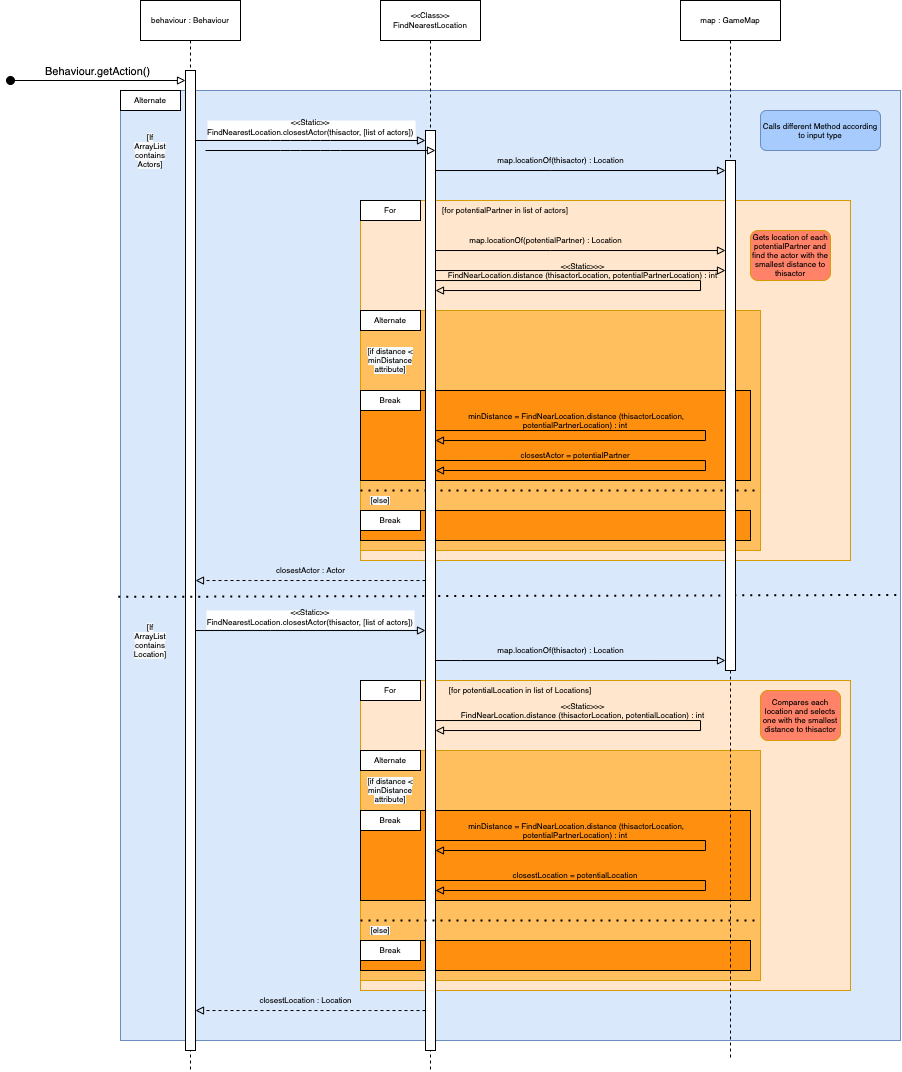
Earlier version of the draw.io export docs/Sequence_Diagram_-_FindNearestLocation__1_.png (Nochl/Jurrasic_Park_Sim). Source tidied: cells renumbered, new cells last; positions are measured from the earlier drawing's top-left corner, leaving out a move shared by most shapes.
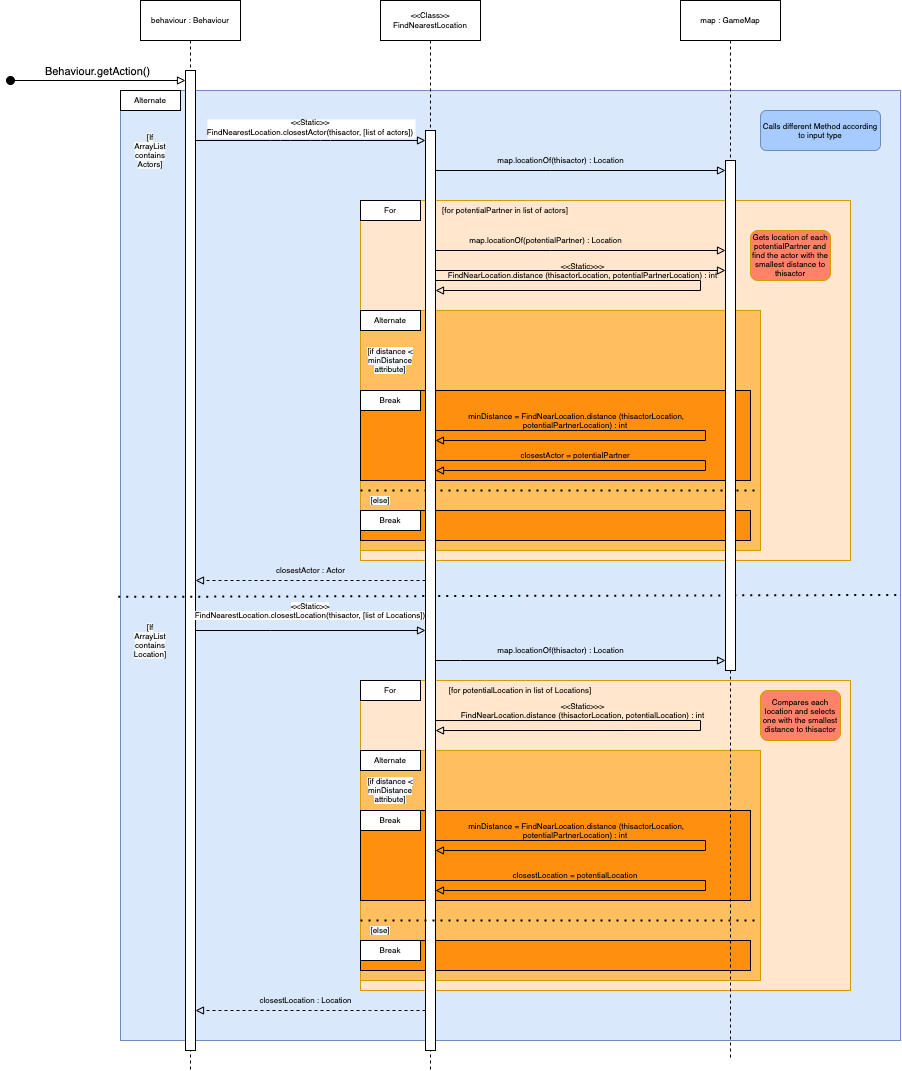
After the change.

Commit message:
Fixed Methods Names & Inputs for FindNearestLocation Sequence Diagram

Diff of the diagram source:
```diff
@@ -264,16 +264,6 @@
     <mxCell id="62" value="Calls different Method according to input type" style="rounded=1;whiteSpace=wrap;html=1;fontSize=8;strokeColor=#6c8ebf;fillColor=#A6CBFC;" parent="1" vertex="1">
       <mxGeometry x="750" y="110" width="120" height="40" as="geometry" />
     </mxCell>
-    <mxCell id="63" value="&lt;&lt;Static&gt;&gt;&#10;FindNearestLocation.closestActor(thisactor, [list of actors])" style="verticalAlign=bottom;endArrow=block;shadow=0;strokeWidth=1;fontSize=8;endFill=0;" parent="1" edge="1">
-      <mxGeometry x="-0.09" y="-480" relative="1" as="geometry">
-        <mxPoint x="195" y="150" as="sourcePoint" />
-        <mxPoint x="425" y="150" as="targetPoint" />
-        <Array as="points">
-          <mxPoint x="280" y="150" />
-          <mxPoint x="320" y="150" />
-        </Array>
-      </mxGeometry>
-    </mxCell>
     <mxCell id="64" style="edgeStyle=orthogonalEdgeStyle;rounded=0;jettySize=auto;html=1;fontSize=8;endArrow=block;endFill=0;" parent="1" edge="1" source="4" target="51">
       <mxGeometry relative="1" as="geometry">
         <Array as="points">
@@ -288,5 +278,8 @@
     <mxCell id="66" value="Compares each location and selects one with the smallest distance to thisactor" style="rounded=1;whiteSpace=wrap;html=1;fontSize=8;strokeColor=#d79b00;fillColor=#FF8269;" parent="1" vertex="1">
       <mxGeometry x="750" y="690" width="80" height="50" as="geometry" />
     </mxCell>
+    <mxCell id="67" value="&lt;span style=&quot;color: rgb(0 , 0 , 0) ; font-family: &amp;#34;helvetica&amp;#34; ; font-size: 8px ; font-style: normal ; font-weight: 400 ; letter-spacing: normal ; text-align: center ; text-indent: 0px ; text-transform: none ; word-spacing: 0px ; background-color: rgb(255 , 255 , 255) ; display: inline ; float: none&quot;&gt;&amp;lt;&amp;lt;Static&amp;gt;&amp;gt;&lt;/span&gt;&lt;br style=&quot;padding: 0px ; margin: 0px ; color: rgb(0 , 0 , 0) ; font-family: &amp;#34;helvetica&amp;#34; ; font-size: 8px ; font-style: normal ; font-weight: 400 ; letter-spacing: normal ; text-align: center ; text-indent: 0px ; text-transform: none ; word-spacing: 0px&quot;&gt;&lt;span style=&quot;color: rgb(0 , 0 , 0) ; font-family: &amp;#34;helvetica&amp;#34; ; font-size: 8px ; font-style: normal ; font-weight: 400 ; letter-spacing: normal ; text-align: center ; text-indent: 0px ; text-transform: none ; word-spacing: 0px ; background-color: rgb(255 , 255 , 255) ; display: inline ; float: none&quot;&gt;FindNearestLocation.closestLocation(thisactor, [list of Locations])&lt;/span&gt;" style="text;html=1;strokeColor=none;fillColor=none;align=center;verticalAlign=middle;whiteSpace=wrap;rounded=0;fontSize=8;" parent="1" vertex="1">
+      <mxGeometry x="180" y="600" width="240" height="20" as="geometry" />
+    </mxCell>
   </root>
 </mxGraphModel>
```
